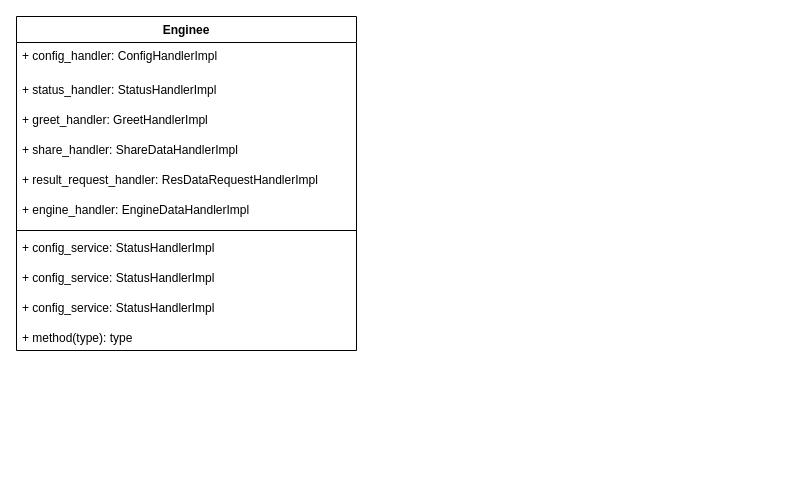
yankaili2006/wiki keeps this draw.io diagram as pages/enginee.drawio. Above is the earlier version. Source tidied: cells renumbered, new cells numbered last; positions are measured from the earlier drawing's top-left corner, leaving out a move shared by most shapes. Both pictures are drawn from the tidied source at 100%, with x=0, y=0 at pixel (16, 16).
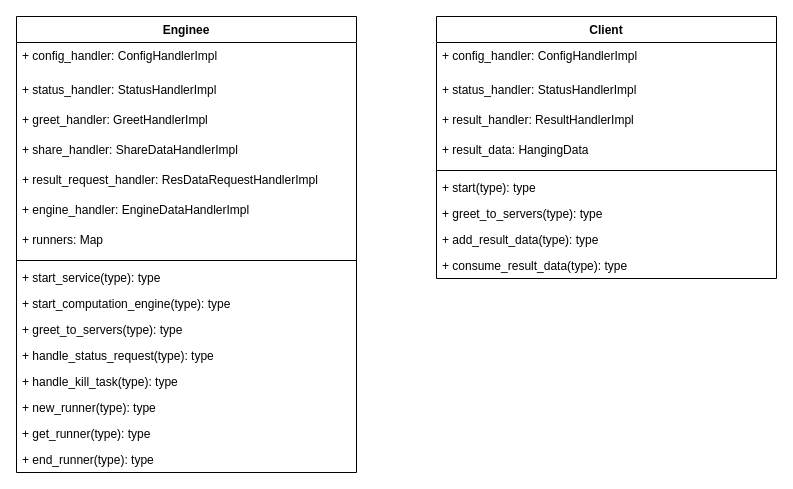
After the change.

Change to the diagram source:
```diff
@@
     <mxCell id="2" value="Enginee" style="swimlane;fontStyle=1;align=center;verticalAlign=top;horizontal=1;startSize=26;" parent="1" vertex="1">
-      <mxGeometry width="340" height="334" as="geometry" />
+      <mxGeometry width="340" height="456" as="geometry" />
     </mxCell>
@@
+    <mxCell id="14" value="+ runners: Map&#10;" style="text;strokeColor=none;fillColor=none;align=left;verticalAlign=top;spacingLeft=4;spacingRight=4;overflow=hidden;" parent="2" vertex="1">
+      <mxGeometry y="210" width="340" height="30" as="geometry" />
+    </mxCell>
     <mxCell id="9" style="line;strokeWidth=1;fillColor=none;align=left;verticalAlign=middle;spacingTop=-1;spacingLeft=3;spacingRight=3;labelPosition=right;" parent="2" vertex="1">
-      <mxGeometry y="210" width="340" height="8" as="geometry" />
+      <mxGeometry y="240" width="340" height="8" as="geometry" />
     </mxCell>
-    <mxCell id="10" value="+ config_service: StatusHandlerImpl&#10;" style="text;strokeColor=none;fillColor=none;align=left;verticalAlign=top;spacingLeft=4;spacingRight=4;overflow=hidden;" parent="2" vertex="1">
-      <mxGeometry y="218" width="340" height="30" as="geometry" />
-    </mxCell>
-    <mxCell id="11" value="+ config_service: StatusHandlerImpl&#10;" style="text;strokeColor=none;fillColor=none;align=left;verticalAlign=top;spacingLeft=4;spacingRight=4;overflow=hidden;" parent="2" vertex="1">
-      <mxGeometry y="248" width="340" height="30" as="geometry" />
-    </mxCell>
-    <mxCell id="12" value="+ config_service: StatusHandlerImpl&#10;" style="text;strokeColor=none;fillColor=none;align=left;verticalAlign=top;spacingLeft=4;spacingRight=4;overflow=hidden;" parent="2" vertex="1">
-      <mxGeometry y="278" width="340" height="30" as="geometry" />
-    </mxCell>
-    <mxCell id="13" value="+ method(type): type" style="text;strokeColor=none;fillColor=none;align=left;verticalAlign=top;spacingLeft=4;spacingRight=4;overflow=hidden;" parent="2" vertex="1">
-      <mxGeometry y="308" width="340" height="26" as="geometry" />
+    <mxCell id="13" value="+ start_service(type): type&#10;" style="text;strokeColor=none;fillColor=none;align=left;verticalAlign=top;spacingLeft=4;spacingRight=4;overflow=hidden;" parent="2" vertex="1">
+      <mxGeometry y="248" width="340" height="26" as="geometry" />
     </mxCell>
+    <mxCell id="15" value="+ start_computation_engine(type): type&#10;" style="text;strokeColor=none;fillColor=none;align=left;verticalAlign=top;spacingLeft=4;spacingRight=4;overflow=hidden;" parent="2" vertex="1">
+      <mxGeometry y="274" width="340" height="26" as="geometry" />
+    </mxCell>
+    <mxCell id="16" value="+ greet_to_servers(type): type&#10;" style="text;strokeColor=none;fillColor=none;align=left;verticalAlign=top;spacingLeft=4;spacingRight=4;overflow=hidden;" parent="2" vertex="1">
+      <mxGeometry y="300" width="340" height="26" as="geometry" />
+    </mxCell>
+    <mxCell id="17" value="+ handle_status_request(type): type&#10;" style="text;strokeColor=none;fillColor=none;align=left;verticalAlign=top;spacingLeft=4;spacingRight=4;overflow=hidden;" parent="2" vertex="1">
+      <mxGeometry y="326" width="340" height="26" as="geometry" />
+    </mxCell>
+    <mxCell id="18" value="+ handle_kill_task(type): type&#10;" style="text;strokeColor=none;fillColor=none;align=left;verticalAlign=top;spacingLeft=4;spacingRight=4;overflow=hidden;" parent="2" vertex="1">
+      <mxGeometry y="352" width="340" height="26" as="geometry" />
+    </mxCell>
+    <mxCell id="19" value="+ new_runner(type): type&#10;" style="text;strokeColor=none;fillColor=none;align=left;verticalAlign=top;spacingLeft=4;spacingRight=4;overflow=hidden;" parent="2" vertex="1">
+      <mxGeometry y="378" width="340" height="26" as="geometry" />
+    </mxCell>
+    <mxCell id="20" value="+ get_runner(type): type&#10;" style="text;strokeColor=none;fillColor=none;align=left;verticalAlign=top;spacingLeft=4;spacingRight=4;overflow=hidden;" parent="2" vertex="1">
+      <mxGeometry y="404" width="340" height="26" as="geometry" />
+    </mxCell>
+    <mxCell id="21" value="+ end_runner(type): type&#10;" style="text;strokeColor=none;fillColor=none;align=left;verticalAlign=top;spacingLeft=4;spacingRight=4;overflow=hidden;" parent="2" vertex="1">
+      <mxGeometry y="430" width="340" height="26" as="geometry" />
+    </mxCell>
+    <mxCell id="22" value="Client" style="swimlane;fontStyle=1;align=center;verticalAlign=top;horizontal=1;startSize=26;" parent="1" vertex="1">
+      <mxGeometry x="420" width="340" height="262" as="geometry" />
+    </mxCell>
+    <mxCell id="23" value="+ config_handler: ConfigHandlerImpl" style="text;strokeColor=none;fillColor=none;align=left;verticalAlign=top;spacingLeft=4;spacingRight=4;overflow=hidden;" parent="22" vertex="1">
+      <mxGeometry y="26" width="340" height="34" as="geometry" />
+    </mxCell>
+    <mxCell id="24" value="+ status_handler: StatusHandlerImpl" style="text;strokeColor=none;fillColor=none;align=left;verticalAlign=top;spacingLeft=4;spacingRight=4;overflow=hidden;" parent="22" vertex="1">
+      <mxGeometry y="60" width="340" height="30" as="geometry" />
+    </mxCell>
+    <mxCell id="25" value="+ result_handler: ResultHandlerImpl&#10;" style="text;strokeColor=none;fillColor=none;align=left;verticalAlign=top;spacingLeft=4;spacingRight=4;overflow=hidden;" parent="22" vertex="1">
+      <mxGeometry y="90" width="340" height="30" as="geometry" />
+    </mxCell>
+    <mxCell id="26" value="+ result_data: HangingData&#10;" style="text;strokeColor=none;fillColor=none;align=left;verticalAlign=top;spacingLeft=4;spacingRight=4;overflow=hidden;" parent="22" vertex="1">
+      <mxGeometry y="120" width="340" height="30" as="geometry" />
+    </mxCell>
+    <mxCell id="27" style="line;strokeWidth=1;fillColor=none;align=left;verticalAlign=middle;spacingTop=-1;spacingLeft=3;spacingRight=3;labelPosition=right;" parent="22" vertex="1">
+      <mxGeometry y="150" width="340" height="8" as="geometry" />
+    </mxCell>
+    <mxCell id="28" value="+ start(type): type&#10;" style="text;strokeColor=none;fillColor=none;align=left;verticalAlign=top;spacingLeft=4;spacingRight=4;overflow=hidden;" parent="22" vertex="1">
+      <mxGeometry y="158" width="340" height="26" as="geometry" />
+    </mxCell>
+    <mxCell id="29" value="+ greet_to_servers(type): type&#10;" style="text;strokeColor=none;fillColor=none;align=left;verticalAlign=top;spacingLeft=4;spacingRight=4;overflow=hidden;" parent="22" vertex="1">
+      <mxGeometry y="184" width="340" height="26" as="geometry" />
+    </mxCell>
+    <mxCell id="30" value="+ add_result_data(type): type&#10;" style="text;strokeColor=none;fillColor=none;align=left;verticalAlign=top;spacingLeft=4;spacingRight=4;overflow=hidden;" parent="22" vertex="1">
+      <mxGeometry y="210" width="340" height="26" as="geometry" />
+    </mxCell>
+    <mxCell id="31" value="+ consume_result_data(type): type&#10;" style="text;strokeColor=none;fillColor=none;align=left;verticalAlign=top;spacingLeft=4;spacingRight=4;overflow=hidden;" parent="22" vertex="1">
+      <mxGeometry y="236" width="340" height="26" as="geometry" />
+    </mxCell>
```
